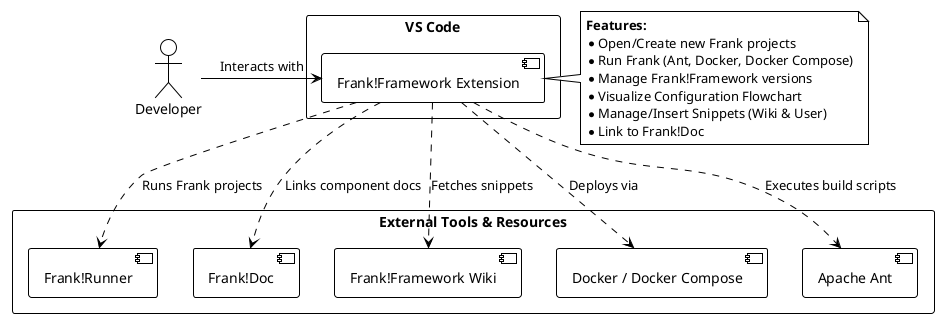
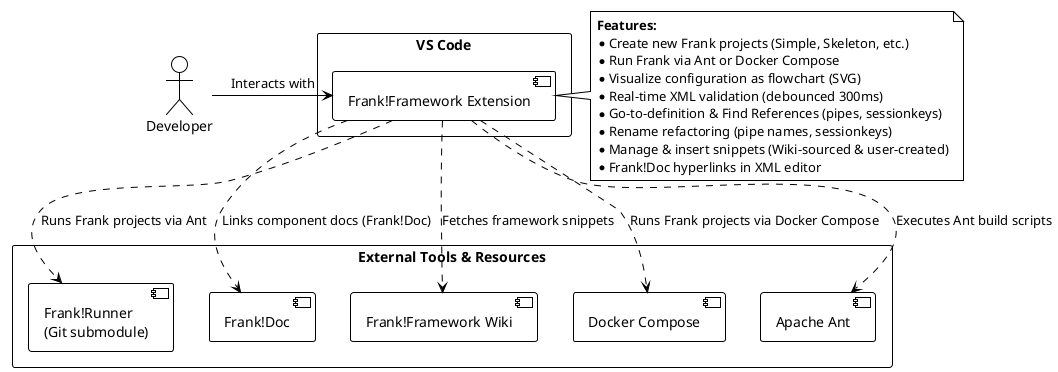
@startuml contextDiagram
!theme plain

actor "Developer" as User

rectangle "VS Code" {
    component "Frank!Framework Extension" as Extension
}

rectangle "External Tools & Resources" {
-     component "Frank!Runner" as Runner
+     component "Frank!Runner\n(Git submodule)" as Runner
    component "Frank!Doc" as Documentation
    component "Frank!Framework Wiki" as Wiki
-     component "Docker / Docker Compose" as Docker
+     component "Docker Compose" as Docker
    component "Apache Ant" as Ant
}

User -> Extension : Interacts with

- Extension ..> Runner : Runs Frank projects
- Extension ..> Docker : Deploys via
- Extension ..> Ant : Executes build scripts
- Extension ..> Documentation : Links component docs
- Extension ..> Wiki : Fetches snippets
+ Extension ..> Runner : Runs Frank projects via Ant
+ Extension ..> Docker : Runs Frank projects via Docker Compose
+ Extension ..> Ant : Executes Ant build scripts
+ Extension ..> Documentation : Links component docs (Frank!Doc)
+ Extension ..> Wiki : Fetches framework snippets

note right of Extension
  **Features:**
-   * Open/Create new Frank projects
-   * Run Frank (Ant, Docker, Docker Compose)
-   * Manage Frank!Framework versions
-   * Visualize Configuration Flowchart
-   * Manage/Insert Snippets (Wiki & User)
-   * Link to Frank!Doc
+   * Create new Frank projects (Simple, Skeleton, etc.)
+   * Run Frank via Ant or Docker Compose
+   * Visualize configuration as flowchart (SVG)
+   * Real-time XML validation (debounced 300ms)
+   * Go-to-definition & Find References (pipes, sessionkeys)
+   * Rename refactoring (pipe names, sessionkeys)
+   * Manage & insert snippets (Wiki-sourced & user-created)
+   * Frank!Doc hyperlinks in XML editor
end note

@enduml
